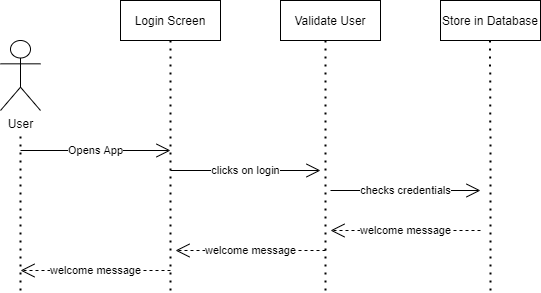
This is login_UML.drawio.png from CIS3296SoftwareDesignF21/rockon-mobile, a draw.io export, as it was before one commit. Source tidied: cells renumbered, new cells last; positions are measured from the earlier drawing's top-left corner, leaving out a move shared by most shapes.
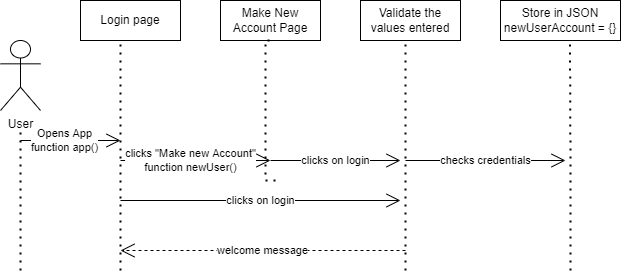
Above is the later version.

The edit, as a diff of the source:
```diff
@@ -3,79 +3,100 @@
     <mxCell id="0" />
     <mxCell id="1" parent="0" />
     <mxCell id="2" value="User" style="shape=umlActor;verticalLabelPosition=bottom;verticalAlign=top;html=1;" parent="1" vertex="1">
-      <mxGeometry y="40" width="40" height="70" as="geometry" />
+      <mxGeometry x="-80" y="40" width="40" height="70" as="geometry" />
     </mxCell>
-    <mxCell id="3" value="Login Screen" style="rounded=0;whiteSpace=wrap;html=1;" parent="1" vertex="1">
-      <mxGeometry x="120" width="100" height="40" as="geometry" />
+    <mxCell id="3" value="Make New Account Page" style="rounded=0;whiteSpace=wrap;html=1;" parent="1" vertex="1">
+      <mxGeometry x="140" width="100" height="40" as="geometry" />
     </mxCell>
-    <mxCell id="4" value="Validate User" style="rounded=0;whiteSpace=wrap;html=1;" parent="1" vertex="1">
+    <mxCell id="4" value="Validate the values entered" style="rounded=0;whiteSpace=wrap;html=1;" parent="1" vertex="1">
       <mxGeometry x="280" width="100" height="40" as="geometry" />
     </mxCell>
-    <mxCell id="5" value="Store in Database" style="rounded=0;whiteSpace=wrap;html=1;" parent="1" vertex="1">
-      <mxGeometry x="440" width="100" height="40" as="geometry" />
+    <mxCell id="5" value="Store in JSON&lt;br&gt;newUserAccount = {}" style="rounded=0;whiteSpace=wrap;html=1;" parent="1" vertex="1">
+      <mxGeometry x="420" width="120" height="40" as="geometry" />
     </mxCell>
     <mxCell id="6" style="endArrow=none;dashed=1;html=1;dashPattern=1 3;strokeWidth=2;rounded=0;edgeStyle=orthogonalEdgeStyle;" parent="1" edge="1">
       <mxGeometry relative="1" as="geometry">
-        <mxPoint x="20" y="290" as="sourcePoint" />
-        <mxPoint x="20" y="130" as="targetPoint" />
+        <mxPoint x="-60" y="270" as="sourcePoint" />
+        <mxPoint x="-60" y="130" as="targetPoint" />
       </mxGeometry>
     </mxCell>
-    <mxCell id="7" value="Opens App" style="endArrow=open;endFill=1;endSize=12;html=1;rounded=0;edgeStyle=orthogonalEdgeStyle;" parent="1" edge="1">
-      <mxGeometry relative="1" as="geometry">
-        <mxPoint x="20" y="150" as="sourcePoint" />
-        <mxPoint x="170" y="150" as="targetPoint" />
+    <mxCell id="7" value="Opens App&lt;br&gt;function app()" style="endArrow=open;endFill=1;endSize=12;html=1;rounded=0;edgeStyle=orthogonalEdgeStyle;" parent="1" edge="1">
+      <mxGeometry x="-0.11" relative="1" as="geometry">
+        <mxPoint x="-60" y="140" as="sourcePoint" />
+        <mxPoint x="40" y="140" as="targetPoint" />
+        <Array as="points">
+          <mxPoint x="-10" y="140" />
+          <mxPoint x="-10" y="140" />
+        </Array>
       </mxGeometry>
     </mxCell>
     <mxCell id="8" style="endArrow=none;dashed=1;html=1;dashPattern=1 3;strokeWidth=2;rounded=0;edgeStyle=orthogonalEdgeStyle;" parent="1" edge="1">
       <mxGeometry relative="1" as="geometry">
-        <mxPoint x="170" y="290" as="sourcePoint" />
-        <mxPoint x="170" y="40" as="targetPoint" />
+        <mxPoint x="195" y="180" as="sourcePoint" />
+        <mxPoint x="194.5" y="40" as="targetPoint" />
+        <Array as="points">
+          <mxPoint x="185" y="180" />
+          <mxPoint x="185" y="40" />
+        </Array>
       </mxGeometry>
     </mxCell>
     <mxCell id="9" style="endArrow=none;dashed=1;html=1;dashPattern=1 3;strokeWidth=2;rounded=0;edgeStyle=orthogonalEdgeStyle;" parent="1" edge="1">
       <mxGeometry relative="1" as="geometry">
-        <mxPoint x="325" y="290" as="sourcePoint" />
+        <mxPoint x="325" y="270" as="sourcePoint" />
         <mxPoint x="325" y="40" as="targetPoint" />
       </mxGeometry>
     </mxCell>
     <mxCell id="10" value="clicks on login" style="endArrow=open;endFill=1;endSize=12;html=1;rounded=0;edgeStyle=orthogonalEdgeStyle;" parent="1" edge="1">
       <mxGeometry relative="1" as="geometry">
-        <mxPoint x="170" y="170" as="sourcePoint" />
-        <mxPoint x="320" y="170" as="targetPoint" />
+        <mxPoint x="190" y="160" as="sourcePoint" />
+        <mxPoint x="320" y="160" as="targetPoint" />
       </mxGeometry>
     </mxCell>
     <mxCell id="11" value="checks credentials" style="endArrow=open;endFill=1;endSize=12;html=1;rounded=0;edgeStyle=orthogonalEdgeStyle;" parent="1" edge="1">
       <mxGeometry relative="1" as="geometry">
-        <mxPoint x="330" y="190" as="sourcePoint" />
-        <mxPoint x="480" y="190" as="targetPoint" />
+        <mxPoint x="325" y="160" as="sourcePoint" />
+        <mxPoint x="485" y="160" as="targetPoint" />
       </mxGeometry>
     </mxCell>
     <mxCell id="12" style="endArrow=none;dashed=1;html=1;dashPattern=1 3;strokeWidth=2;rounded=0;edgeStyle=orthogonalEdgeStyle;" parent="1" edge="1">
       <mxGeometry relative="1" as="geometry">
-        <mxPoint x="490" y="290" as="sourcePoint" />
+        <mxPoint x="490" y="270" as="sourcePoint" />
         <mxPoint x="489.5" y="40" as="targetPoint" />
         <Array as="points">
           <mxPoint x="490" y="165" />
         </Array>
       </mxGeometry>
     </mxCell>
-    <mxCell id="13" value="welcome message" style="endArrow=open;endSize=12;dashed=1;html=1;rounded=0;edgeStyle=orthogonalEdgeStyle;" parent="1" edge="1">
-      <mxGeometry relative="1" as="geometry">
-        <mxPoint x="480" y="230" as="sourcePoint" />
-        <mxPoint x="330" y="230" as="targetPoint" />
-      </mxGeometry>
-    </mxCell>
     <mxCell id="14" value="welcome message" style="endArrow=open;endSize=12;dashed=1;html=1;rounded=0;edgeStyle=orthogonalEdgeStyle;" parent="1" edge="1">
       <mxGeometry relative="1" as="geometry">
         <mxPoint x="325" y="250" as="sourcePoint" />
-        <mxPoint x="175" y="250" as="targetPoint" />
+        <mxPoint x="40" y="250" as="targetPoint" />
       </mxGeometry>
     </mxCell>
-    <mxCell id="15" value="welcome message" style="endArrow=open;endSize=12;dashed=1;html=1;rounded=0;edgeStyle=orthogonalEdgeStyle;" parent="1" edge="1">
-      <mxGeometry relative="1" as="geometry">
-        <mxPoint x="170" y="270" as="sourcePoint" />
-        <mxPoint x="20" y="270" as="targetPoint" />
-      </mxGeometry>
-    </mxCell>
+    <mxCell id="16" value="Login page" style="rounded=0;whiteSpace=wrap;html=1;" parent="1" vertex="1">
+      <mxGeometry width="100" height="40" as="geometry" />
+    </mxCell>
+    <mxCell id="17" style="endArrow=none;dashed=1;html=1;dashPattern=1 3;strokeWidth=2;rounded=0;edgeStyle=orthogonalEdgeStyle;" parent="1" edge="1">
+      <mxGeometry relative="1" as="geometry">
+        <mxPoint x="40" y="270" as="sourcePoint" />
+        <mxPoint x="40" y="40" as="targetPoint" />
+      </mxGeometry>
+    </mxCell>
+    <mxCell id="18" value="clicks &quot;Make new Account&quot;&lt;br&gt;function newUser()" style="endArrow=open;endFill=1;endSize=12;html=1;rounded=0;edgeStyle=orthogonalEdgeStyle;" parent="1" edge="1">
+      <mxGeometry x="-0.07" relative="1" as="geometry">
+        <mxPoint x="40" y="160" as="sourcePoint" />
+        <mxPoint x="190" y="160" as="targetPoint" />
+        <Array as="points">
+          <mxPoint x="90" y="160" />
+          <mxPoint x="90" y="160" />
+        </Array>
+      </mxGeometry>
+    </mxCell>
+    <mxCell id="19" value="clicks on login" style="endArrow=open;endFill=1;endSize=12;html=1;rounded=0;edgeStyle=orthogonalEdgeStyle;" parent="1" edge="1">
+      <mxGeometry relative="1" as="geometry">
+        <mxPoint x="40" y="200" as="sourcePoint" />
+        <mxPoint x="320" y="200" as="targetPoint" />
+      </mxGeometry>
+    </mxCell>
   </root>
 </mxGraphModel>
```
